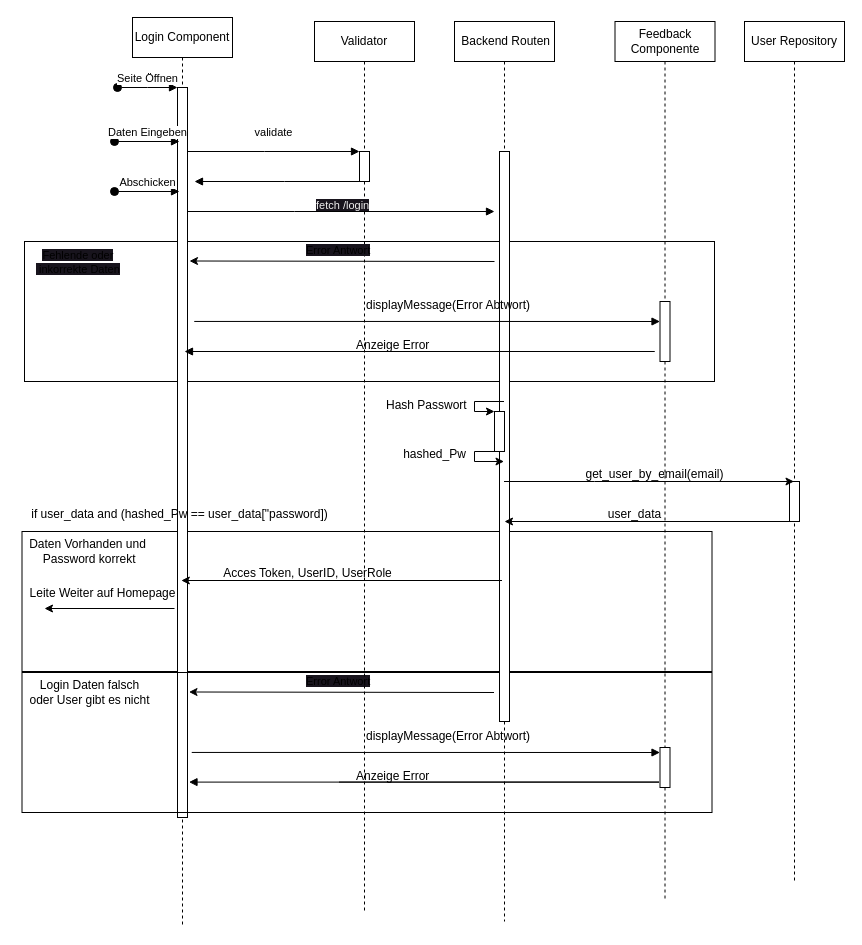
Earlier version of the draw.io diagram Dokumentation/Sequenzdiagramme/Login.drawio (Zensurversuch/Kantinerado). Source tidied: cells renumbered, new cells numbered last; positions are measured from the earlier drawing's top-left corner, leaving out a move shared by most shapes. Both pictures are drawn from the tidied source at 100%, with x=0, y=0 at pixel (16, 17).
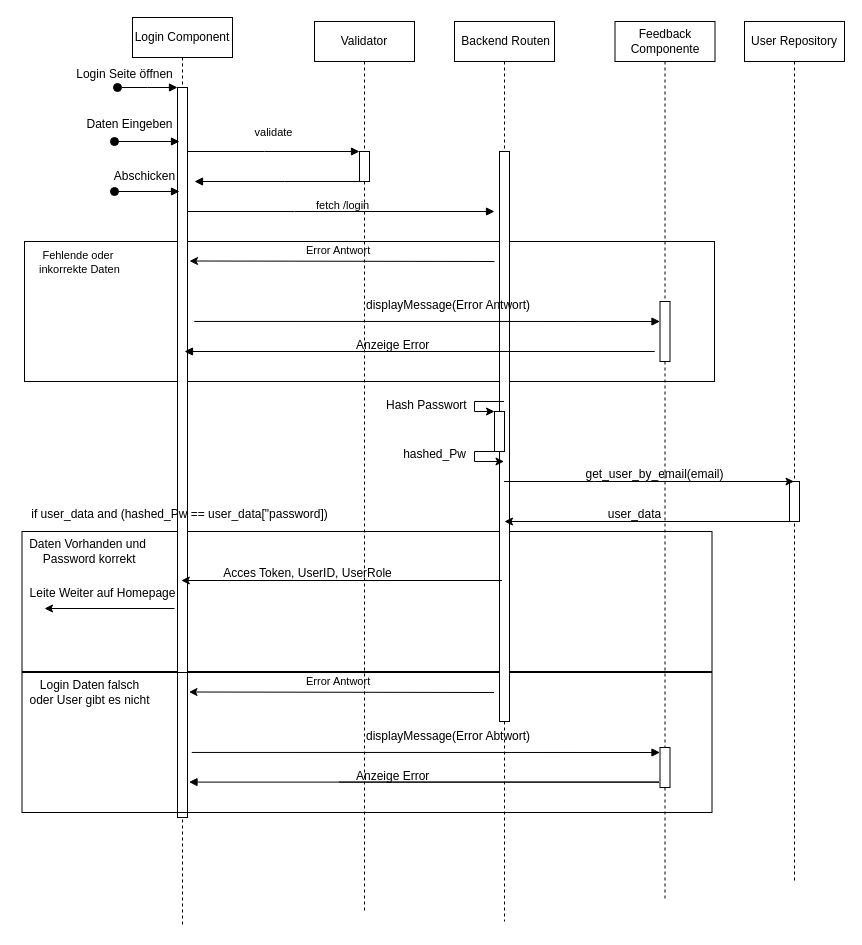
Above is the later version.

The change refers to these unchanged cells:
```xml
<mxCell id="4" value="Login Component" style="shape=umlLifeline;perimeter=lifelinePerimeter;whiteSpace=wrap;html=1;newEdgeStyle={&quot;edgeStyle&quot;:&quot;elbowEdgeStyle&quot;,&quot;elbow&quot;:&quot;vertical&quot;,&quot;curved&quot;:0,&quot;rounded&quot;:0};" parent="1" vertex="1">
  <mxGeometry x="116" width="100" height="910" as="geometry" />
</mxCell>
<mxCell id="5" style="html=1;points=[];perimeter=orthogonalPerimeter;outlineConnect=0;targetShapes=umlLifeline;portConstraint=eastwest;newEdgeStyle={&quot;edgeStyle&quot;:&quot;elbowEdgeStyle&quot;,&quot;elbow&quot;:&quot;vertical&quot;,&quot;curved&quot;:0,&quot;rounded&quot;:0};" parent="4" vertex="1">
  <mxGeometry x="45" y="70" width="10" height="730" as="geometry" />
</mxCell>
```

What changed in the source:
```diff
@@
-    <mxCell id="6" value="Seite Öffnen" style="html=1;verticalAlign=bottom;startArrow=oval;endArrow=block;startSize=8;edgeStyle=elbowEdgeStyle;elbow=vertical;curved=0;rounded=0;" parent="4" edge="1" target="5">
+    <mxCell id="6" style="html=1;verticalAlign=bottom;startArrow=oval;endArrow=block;startSize=8;edgeStyle=elbowEdgeStyle;elbow=vertical;curved=0;rounded=0;" parent="4" edge="1" target="5">
       <mxGeometry relative="1" as="geometry">
         <mxPoint x="-15" y="70" as="sourcePoint" />
       </mxGeometry>
     </mxCell>
@@
-    <mxCell id="10" value="&lt;div style=&quot;text-align: center;&quot;&gt;&lt;span style=&quot;font-size: 11px; text-wrap: nowrap; background-color: rgb(24, 20, 29);&quot;&gt;Error Antwort&lt;/span&gt;&lt;/div&gt;" style="text;whiteSpace=wrap;html=1;" parent="4" vertex="1">
+    <mxCell id="10" value="&lt;div style=&quot;text-align: center;&quot;&gt;&lt;span style=&quot;font-size: 11px; text-wrap: nowrap;&quot;&gt;Error Antwort&lt;/span&gt;&lt;/div&gt;" style="text;whiteSpace=wrap;html=1;" parent="4" vertex="1">
       <mxGeometry x="171.5" y="650" width="70" height="40" as="geometry" />
     </mxCell>
@@
-    <mxCell id="18" value="Daten Eingeben" style="html=1;verticalAlign=bottom;startArrow=oval;endArrow=block;startSize=8;edgeStyle=elbowEdgeStyle;elbow=vertical;curved=0;rounded=0;" parent="1" edge="1">
-      <mxGeometry relative="1" as="geometry">
+    <mxCell id="18" style="html=1;verticalAlign=bottom;startArrow=oval;endArrow=block;startSize=8;edgeStyle=elbowEdgeStyle;elbow=vertical;curved=0;rounded=0;" parent="1" edge="1">
+      <mxGeometry x="-0.08" y="10" relative="1" as="geometry">
         <mxPoint x="98" y="124" as="sourcePoint" />
         <mxPoint x="163" y="124" as="targetPoint" />
       </mxGeometry>
     </mxCell>
-    <mxCell id="19" value="Abschicken" style="html=1;verticalAlign=bottom;startArrow=oval;endArrow=block;startSize=8;edgeStyle=elbowEdgeStyle;elbow=vertical;curved=0;rounded=0;" parent="1" edge="1">
+    <mxCell id="19" style="html=1;verticalAlign=bottom;startArrow=oval;endArrow=block;startSize=8;edgeStyle=elbowEdgeStyle;elbow=vertical;curved=0;rounded=0;" parent="1" edge="1">
       <mxGeometry relative="1" as="geometry">
         <mxPoint x="98" y="174" as="sourcePoint" />
         <mxPoint x="163" y="174" as="targetPoint" />
       </mxGeometry>
     </mxCell>
@@
-    <mxCell id="23" value="&lt;span style=&quot;color: rgb(240, 240, 240); font-family: Helvetica; font-size: 11px; font-style: normal; font-variant-ligatures: normal; font-variant-caps: normal; font-weight: 400; letter-spacing: normal; orphans: 2; text-align: center; text-indent: 0px; text-transform: none; widows: 2; word-spacing: 0px; -webkit-text-stroke-width: 0px; white-space: nowrap; background-color: rgb(24, 20, 29); text-decoration-thickness: initial; text-decoration-style: initial; text-decoration-color: initial; display: inline !important; float: none;&quot;&gt;fetch /login&lt;/span&gt;" style="text;whiteSpace=wrap;html=1;" parent="1" vertex="1">
+    <mxCell id="23" value="&lt;span style=&quot;font-family: Helvetica; font-size: 11px; font-style: normal; font-variant-ligatures: normal; font-variant-caps: normal; font-weight: 400; letter-spacing: normal; orphans: 2; text-align: center; text-indent: 0px; text-transform: none; widows: 2; word-spacing: 0px; -webkit-text-stroke-width: 0px; white-space: nowrap; text-decoration-thickness: initial; text-decoration-style: initial; text-decoration-color: initial; float: none; display: inline !important;&quot;&gt;fetch /login&lt;/span&gt;" style="text;whiteSpace=wrap;html=1;" parent="1" vertex="1">
       <mxGeometry x="298" y="174" width="70" height="40" as="geometry" />
     </mxCell>
-    <mxCell id="24" value="&lt;div style=&quot;text-align: center;&quot;&gt;&lt;span style=&quot;font-size: 11px; text-wrap: nowrap; background-color: rgb(24, 20, 29);&quot;&gt;Fehlende oder&lt;/span&gt;&lt;/div&gt;&lt;div style=&quot;text-align: center;&quot;&gt;&lt;span style=&quot;font-size: 11px; text-wrap: nowrap; background-color: rgb(24, 20, 29);&quot;&gt;&amp;nbsp;inkorrekte Daten&lt;/span&gt;&lt;/div&gt;" style="text;whiteSpace=wrap;html=1;" parent="1" vertex="1">
+    <mxCell id="24" value="&lt;div style=&quot;text-align: center;&quot;&gt;&lt;span style=&quot;font-size: 11px; text-wrap: nowrap;&quot;&gt;Fehlende oder&lt;/span&gt;&lt;/div&gt;&lt;div style=&quot;text-align: center;&quot;&gt;&lt;span style=&quot;font-size: 11px; text-wrap: nowrap;&quot;&gt;&amp;nbsp;inkorrekte Daten&lt;/span&gt;&lt;/div&gt;" style="text;whiteSpace=wrap;html=1;" parent="1" vertex="1">
       <mxGeometry x="18" y="224" width="70" height="40" as="geometry" />
     </mxCell>
@@
-    <mxCell id="26" value="&lt;div style=&quot;text-align: center;&quot;&gt;&lt;span style=&quot;font-size: 11px; text-wrap: nowrap; background-color: rgb(24, 20, 29);&quot;&gt;Error Antwort&lt;/span&gt;&lt;/div&gt;" style="text;whiteSpace=wrap;html=1;" parent="1" vertex="1">
+    <mxCell id="26" value="&lt;div style=&quot;text-align: center;&quot;&gt;&lt;span style=&quot;font-size: 11px; text-wrap: nowrap;&quot;&gt;Error Antwort&lt;/span&gt;&lt;/div&gt;" style="text;whiteSpace=wrap;html=1;" parent="1" vertex="1">
       <mxGeometry x="288" y="219" width="70" height="40" as="geometry" />
     </mxCell>
@@
-    <mxCell id="28" value="&lt;div style=&quot;text-align: center;&quot;&gt;displayMessage(Error Abtwort)&lt;/div&gt;" style="text;whiteSpace=wrap;html=1;" parent="1" vertex="1">
+    <mxCell id="28" value="&lt;div style=&quot;text-align: center;&quot;&gt;displayMessage(Error Antwort)&lt;/div&gt;" style="text;whiteSpace=wrap;html=1;" parent="1" vertex="1">
       <mxGeometry x="348" y="274" width="190" height="40" as="geometry" />
     </mxCell>
@@
+    <mxCell id="52" value="Abschicken" style="text;html=1;align=center;verticalAlign=middle;strokeColor=none;fillColor=none;" parent="1" vertex="1">
+      <mxGeometry x="88" y="144" width="80" height="30" as="geometry" />
+    </mxCell>
+    <mxCell id="53" value="Daten Eingeben" style="text;html=1;align=center;verticalAlign=middle;strokeColor=none;fillColor=none;" parent="1" vertex="1">
+      <mxGeometry x="58" y="92" width="110" height="30" as="geometry" />
+    </mxCell>
+    <mxCell id="54" value="Login Seite öffnen" style="text;html=1;align=center;verticalAlign=middle;strokeColor=none;fillColor=none;" parent="1" vertex="1">
+      <mxGeometry x="48" y="42" width="120" height="30" as="geometry" />
+    </mxCell>
```
